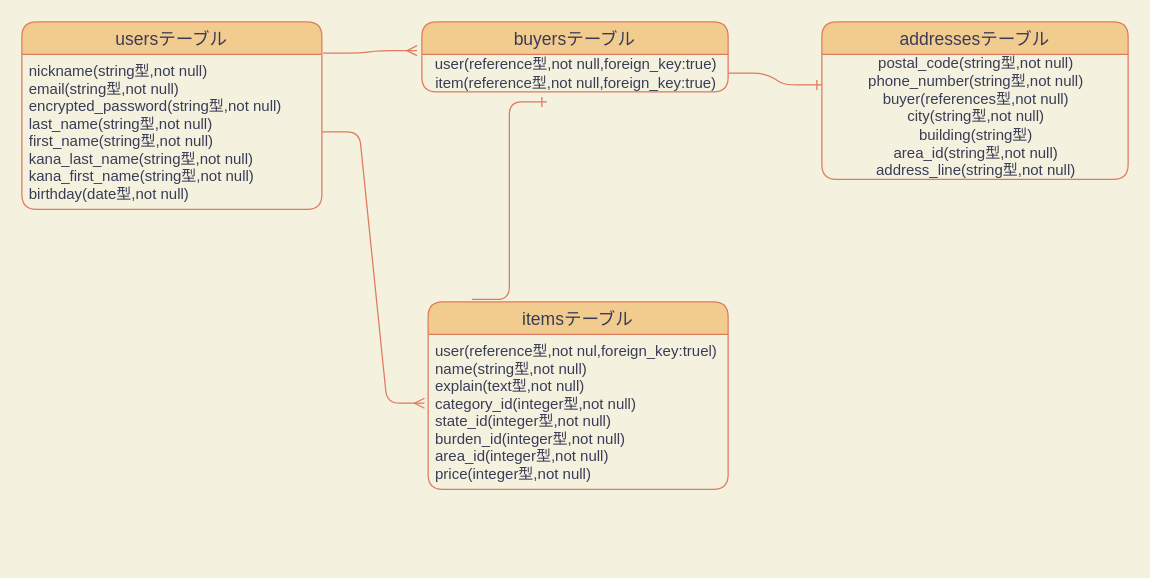
This is er.dio from techyuri/furima-36767, a draw.io file, before an edit. Source tidied: cells renumbered, new cells numbered last; positions are measured from the earlier drawing's top-left corner, leaving out a move shared by most shapes. Both pictures are drawn from the tidied source at 125%, with x=0, y=0 at pixel (21, 21).
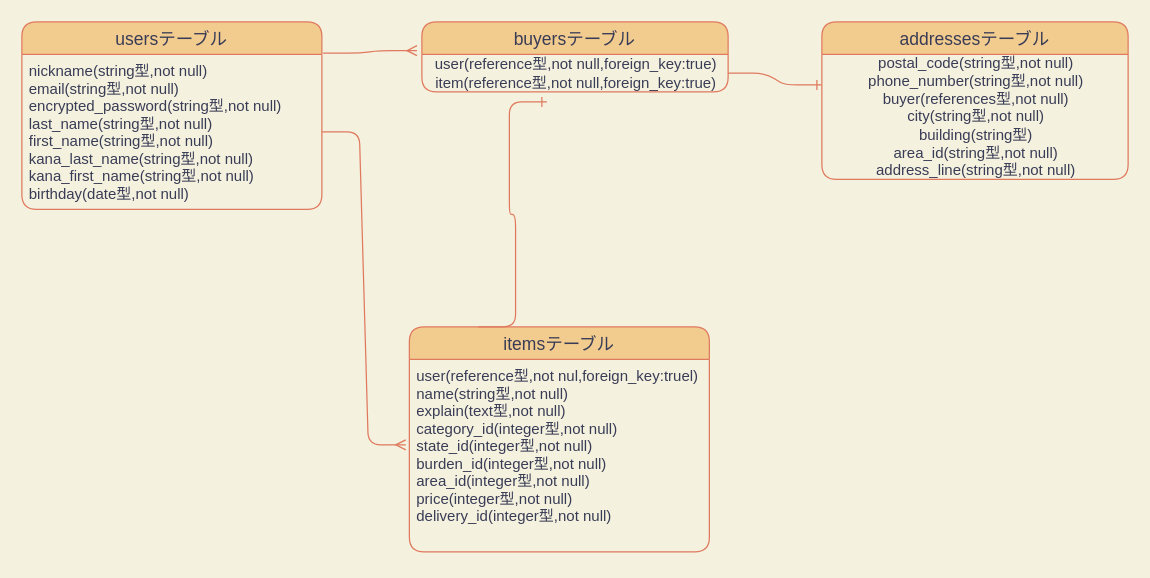
The same diagram, later.

Commit message (it also covers changes not shown here):
データベースの設計　訂正②

Change to the diagram source:
```diff
@@
 <mxGraphModel background="#F4F1DE">
   <root>
     <mxCell id="0" />
     <mxCell id="1" parent="0" />
     <mxCell id="2" value="usersテーブル" style="swimlane;fontStyle=0;horizontal=1;startSize=26;align=center;fontSize=14;fillColor=#F2CC8F;strokeColor=#E07A5F;fontColor=#393C56;rounded=1;" parent="1" vertex="1">
       <mxGeometry width="240" height="150" as="geometry" />
     </mxCell>
     <mxCell id="3" value="nickname(string型,not null)&#10;email(string型,not null)&#10;encrypted_password(string型,not null)&#10;last_name(string型,not null)&#10;first_name(string型,not null)&#10;kana_last_name(string型,not null)&#10;kana_first_name(string型,not null)&#10;birthday(date型,not null)" style="text;strokeColor=none;fillColor=none;spacingLeft=4;spacingRight=4;overflow=hidden;points=[[0,0.5],[1,0.5]];portConstraint=eastwest;fontSize=12;fontColor=#393C56;rounded=1;" parent="2" vertex="1">
       <mxGeometry y="26" width="240" height="124" as="geometry" />
     </mxCell>
     <mxCell id="4" value="itemsテーブル" style="swimlane;fontStyle=0;horizontal=1;startSize=26;align=center;fontSize=14;fillColor=#F2CC8F;strokeColor=#E07A5F;fontColor=#393C56;rounded=1;" parent="1" vertex="1">
-      <mxGeometry x="325" y="224" width="240" height="150" as="geometry" />
+      <mxGeometry x="310" y="244" width="240" height="180" as="geometry" />
     </mxCell>
-    <mxCell id="5" value="user(reference型,not nul,foreign_key:truel)&#10;name(string型,not null)&#10;explain(text型,not null)&#10;category_id(integer型,not null)&#10;state_id(integer型,not null)&#10;burden_id(integer型,not null)&#10;area_id(integer型,not null)&#10;price(integer型,not null)" style="text;strokeColor=none;fillColor=none;spacingLeft=4;spacingRight=4;overflow=hidden;points=[[0,0.5],[1,0.5]];portConstraint=eastwest;fontSize=12;fontColor=#393C56;rounded=1;" parent="4" vertex="1">
-      <mxGeometry y="26" width="240" height="124" as="geometry" />
+    <mxCell id="5" value="user(reference型,not nul,foreign_key:truel)&#10;name(string型,not null)&#10;explain(text型,not null)&#10;category_id(integer型,not null)&#10;state_id(integer型,not null)&#10;burden_id(integer型,not null)&#10;area_id(integer型,not null)&#10;price(integer型,not null)&#10;delivery_id(integer型,not null)&#10;" style="text;strokeColor=none;fillColor=none;spacingLeft=4;spacingRight=4;overflow=hidden;points=[[0,0.5],[1,0.5]];portConstraint=eastwest;fontSize=12;fontColor=#393C56;rounded=1;" parent="4" vertex="1">
+      <mxGeometry y="26" width="240" height="154" as="geometry" />
     </mxCell>
     <mxCell id="6" value="buyersテーブル" style="swimlane;fontStyle=0;horizontal=1;startSize=26;align=center;fontSize=14;fillColor=#F2CC8F;strokeColor=#E07A5F;fontColor=#393C56;rounded=1;" parent="1" vertex="1">
       <mxGeometry x="320" width="245" height="56" as="geometry" />
     </mxCell>
     <mxCell id="7" value="user(reference型,not null,foreign_key:true)&lt;br&gt;item(reference型,not null,foreign_key:true)" style="text;html=1;align=center;verticalAlign=middle;points=[];fontColor=#393C56;rounded=1;" parent="6" vertex="1">
       <mxGeometry y="26" width="245" height="30" as="geometry" />
     </mxCell>
     <mxCell id="8" value="addressesテーブル" style="swimlane;fontStyle=0;horizontal=1;startSize=26;align=center;fontSize=14;fillColor=#F2CC8F;strokeColor=#E07A5F;fontColor=#393C56;rounded=1;" parent="1" vertex="1">
       <mxGeometry x="640" width="245" height="126" as="geometry" />
     </mxCell>
     <mxCell id="9" value="postal_code(string型,not null)&lt;br&gt;phone_number(string型,not null)&lt;br&gt;buyer(references型,not null)&lt;br&gt;city(string型,not null)&lt;br&gt;building(string型)&lt;br&gt;area_id(string型,not null)&lt;br&gt;address_line(string型,not null)" style="text;html=1;align=center;verticalAlign=middle;points=[];strokeColor=none;fontColor=#393C56;rounded=1;" parent="8" vertex="1">
       <mxGeometry y="26" width="245" height="100" as="geometry" />
     </mxCell>
     <mxCell id="10" style="edgeStyle=entityRelationEdgeStyle;fontSize=12;html=1;endArrow=ERmany;entryX=-0.012;entryY=0.444;entryDx=0;entryDy=0;entryPerimeter=0;strokeColor=#E07A5F;fontColor=#393C56;labelBackgroundColor=#F4F1DE;" parent="1" edge="1" source="3" target="5">
       <mxGeometry relative="1" as="geometry" />
     </mxCell>
     <mxCell id="11" style="edgeStyle=entityRelationEdgeStyle;fontSize=12;html=1;endArrow=ERmany;entryX=-0.016;entryY=-0.1;entryDx=0;entryDy=0;entryPerimeter=0;exitX=1.004;exitY=-0.008;exitDx=0;exitDy=0;exitPerimeter=0;strokeColor=#E07A5F;fontColor=#393C56;labelBackgroundColor=#F4F1DE;" parent="1" edge="1" source="3" target="7">
       <mxGeometry relative="1" as="geometry" />
     </mxCell>
     <mxCell id="12" style="edgeStyle=entityRelationEdgeStyle;fontSize=12;html=1;endArrow=ERone;endFill=1;entryX=0;entryY=0.244;entryDx=0;entryDy=0;entryPerimeter=0;strokeColor=#E07A5F;fontColor=#393C56;labelBackgroundColor=#F4F1DE;" parent="1" edge="1" source="7" target="9">
       <mxGeometry relative="1" as="geometry" />
     </mxCell>
-    <mxCell id="13" style="edgeStyle=entityRelationEdgeStyle;fontSize=12;html=1;endArrow=ERone;endFill=1;strokeColor=#E07A5F;fontColor=#393C56;labelBackgroundColor=#F4F1DE;" parent="1" edge="1">
+    <mxCell id="13" style="edgeStyle=entityRelationEdgeStyle;fontSize=12;html=1;endArrow=ERone;endFill=1;strokeColor=#E07A5F;fontColor=#393C56;labelBackgroundColor=#F4F1DE;exitX=0.229;exitY=0;exitDx=0;exitDy=0;exitPerimeter=0;" parent="1" edge="1" source="4">
       <mxGeometry relative="1" as="geometry">
-        <mxPoint x="360" y="222" as="sourcePoint" />
         <mxPoint x="420" y="64" as="targetPoint" />
       </mxGeometry>
     </mxCell>
   </root>
 </mxGraphModel>
```
